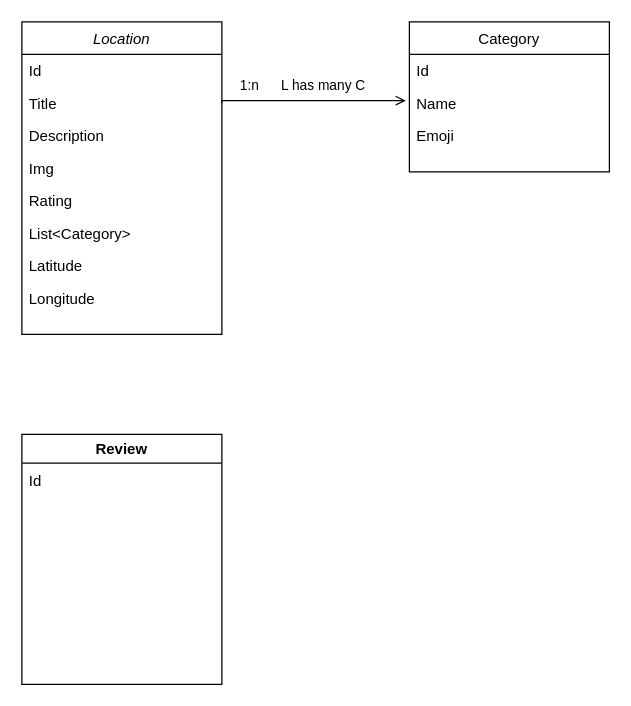
Before: .diagrams/Class Relations.drawio in bouvet/map, a draw.io diagram. Source tidied: cells renumbered, new cells numbered last; positions are measured from the earlier drawing's top-left corner, leaving out a move shared by most shapes. Both pictures are drawn from the tidied source at 125%, with x=0, y=0 at pixel (21, -129).
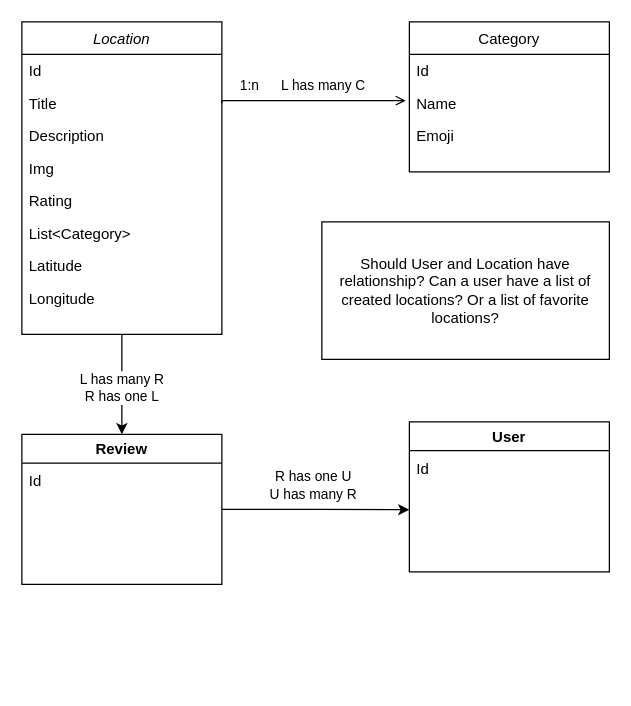
After the change.

Commit message (it also covers changes not shown here):
fix: :bug: fixed category in update location (#123)

Unchanged cells that the change refers to:
```xml
<mxCell id="2" value="Location" style="swimlane;fontStyle=2;align=center;verticalAlign=top;horizontal=1;startSize=26;rounded=0;shadow=0;strokeWidth=1;" parent="1" vertex="1">
  <mxGeometry y="120" width="160" height="250" as="geometry" />
</mxCell>
```

The edit, as a diff of the source:
```diff
@@
+    <mxCell id="20" style="edgeStyle=orthogonalEdgeStyle;rounded=0;jettySize=auto;html=1;exitX=0.5;exitY=1;exitDx=0;exitDy=0;entryX=0.5;entryY=0;entryDx=0;entryDy=0;" parent="1" edge="1" source="2" target="18">
+      <mxGeometry relative="1" as="geometry" />
+    </mxCell>
+    <mxCell id="21" value="L has many R&lt;br&gt;R has one L" style="edgeLabel;html=1;align=center;verticalAlign=middle;" parent="20" vertex="1">
+      <mxGeometry x="0.18" y="-1" relative="1" as="geometry">
+        <mxPoint y="-5" as="offset" />
+      </mxGeometry>
+    </mxCell>
@@
+    <mxCell id="22" style="edgeStyle=orthogonalEdgeStyle;rounded=0;jettySize=auto;html=1;exitX=1;exitY=0.5;exitDx=0;exitDy=0;" parent="1" edge="1" source="18">
+      <mxGeometry relative="1" as="geometry">
+        <mxPoint x="310" y="510.3" as="targetPoint" />
+      </mxGeometry>
+    </mxCell>
+    <mxCell id="23" value="R has one U&lt;br&gt;U has many R" style="edgeLabel;html=1;align=center;verticalAlign=middle;" parent="22" vertex="1">
+      <mxGeometry x="-0.17" y="2" relative="1" as="geometry">
+        <mxPoint x="9" y="-18" as="offset" />
+      </mxGeometry>
+    </mxCell>
     <mxCell id="18" value="Review" style="swimlane;" parent="1" vertex="1">
-      <mxGeometry y="450" width="160" height="200" as="geometry" />
+      <mxGeometry y="450" width="160" height="120" as="geometry" />
     </mxCell>
@@
+    <mxCell id="24" value="User" style="swimlane;" parent="1" vertex="1">
+      <mxGeometry x="310" y="440" width="160" height="120" as="geometry" />
+    </mxCell>
+    <mxCell id="25" value="Id" style="text;align=left;verticalAlign=top;spacingLeft=4;spacingRight=4;overflow=hidden;" parent="24" vertex="1">
+      <mxGeometry y="24" width="160" height="26" as="geometry" />
+    </mxCell>
+    <mxCell id="26" value="Should User and Location have relationship? Can a user have a list of created locations? Or a list of favorite locations?" style="rounded=0;whiteSpace=wrap;html=1;" parent="1" vertex="1">
+      <mxGeometry x="240" y="280" width="230" height="110" as="geometry" />
+    </mxCell>
```
